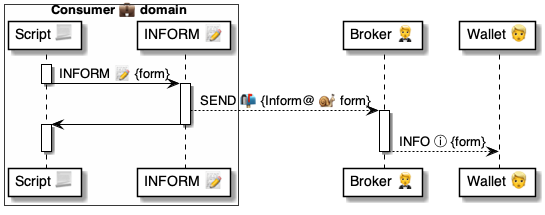
Earlier version of the PlantUML export 4 ⚙️ Solution/41 🎭 Domain Roles/Consumers 💼/💼⌘ Consumer cmds/INFORM 📝/📝 INFORM ⚙️ uml.png (pollyweb-org/pollyweb-docs). Its source is kept beside it as 4 ⚙️ Solution/41 🎭 Domain Roles/Consumers 💼/💼⌘ Consumer cmds/INFORM 📝/📝 INFORM ⚙️ uml.puml.
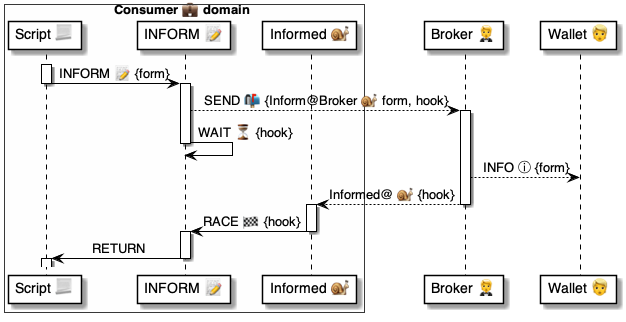
Later version of the same file.

What changed in the source:
```diff
@@ -3,25 +3,34 @@
 box Consumer 💼 domain #FFFFFA
     participant "Script 📃" as script
     participant "INFORM 📝" as talker
+    participant "Informed 🐌" as informed
 end box
-
 participant "Broker 🤵" as broker
 participant "Wallet 👱" as wallet
+
 
 activate script
     script -> talker: INFORM 📝 {form}
 deactivate script
 
 activate talker
-    talker --> broker: SEND 📬 {Inform@ 🐌 form}
-    activate broker
-    talker -> script:
+    talker --> broker: SEND 📬 {Inform@Broker 🐌 form, hook}
+activate broker
+    talker -> talker: WAIT ⏳ {hook}
 deactivate talker
+
+    broker --> wallet: INFO ⓘ {form}
+    broker --> informed: Informed@ 🐌 {hook}
+deactivate broker
+
+activate informed
+    informed -> talker: RACE 🏁 {hook}
+deactivate informed
+
+activate talker
+    talker -> script: RETURN
+deactivate talker
+
 activate script
 
-    broker --> wallet: INFO ⓘ {form}
-deactivate broker
-
-deactivate script
-
 @enduml
```
